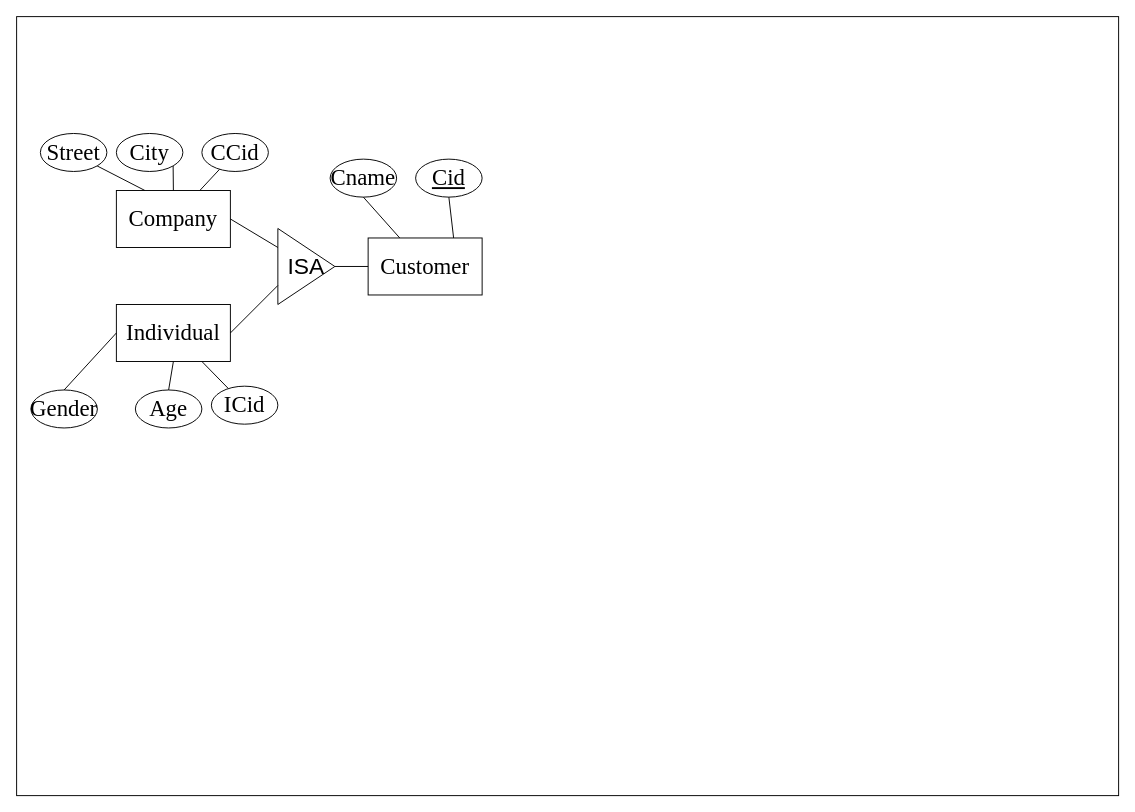
Above: Assignment_1/Drawio/assignment_1 copy.drawio in ZiangChen9/SDSC5003 (draw.io), before the change. Source tidied: cells renumbered, new cells numbered last; positions are measured from the earlier drawing's top-left corner, leaving out a move shared by most shapes. Both pictures are drawn from the tidied source at 95%, with x=0, y=0 at pixel (16, 16).
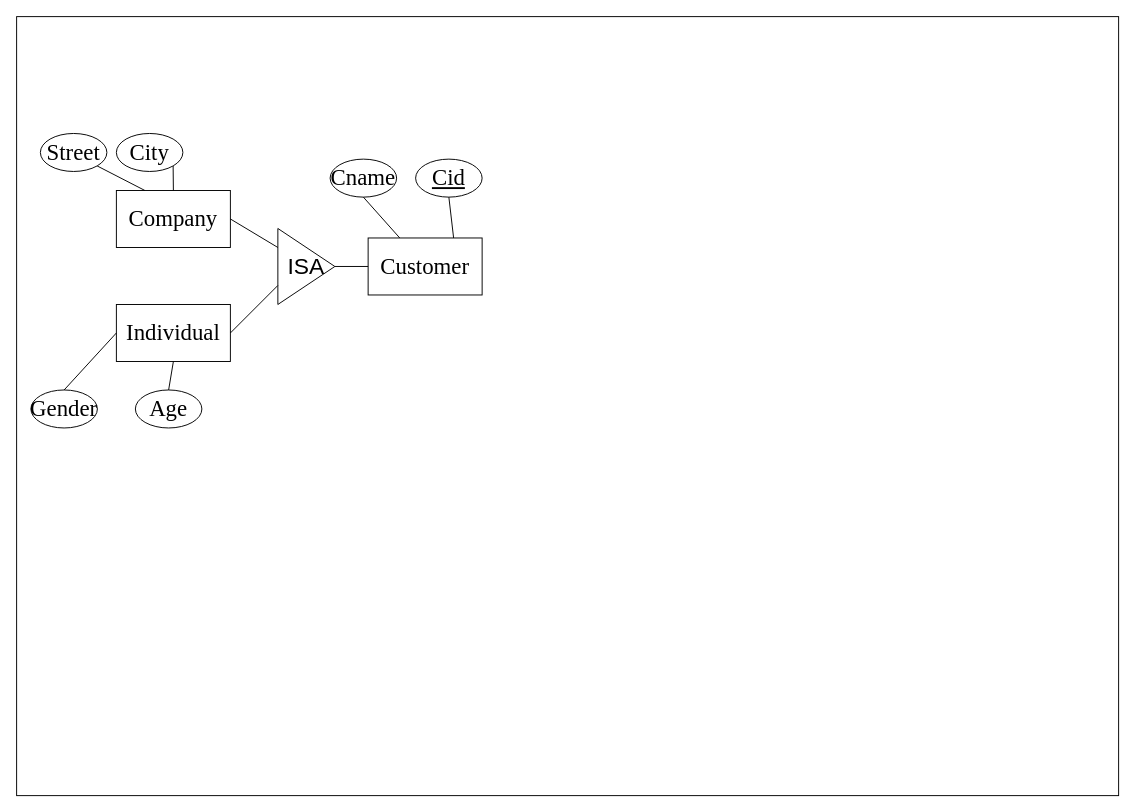
The same diagram, later.

The change refers to these unchanged cells:
```xml
<mxCell id="4" value="&lt;font style=&quot;font-size: 24px;&quot;&gt;Individual&lt;/font&gt;" style="rounded=0;whiteSpace=wrap;html=1;fontFamily=Times New Roman;" parent="1" vertex="1">
  <mxGeometry x="105" y="303" width="120" height="60" as="geometry" />
</mxCell>
<mxCell id="5" value="&lt;span style=&quot;font-size: 24px;&quot;&gt;Company&lt;/span&gt;" style="rounded=0;whiteSpace=wrap;html=1;fontFamily=Times New Roman;" parent="1" vertex="1">
  <mxGeometry x="105" y="183" width="120" height="60" as="geometry" />
</mxCell>
```

What changed in the source:
```diff
@@
-    <mxCell id="22" style="edgeStyle=none;html=1;endArrow=none;endFill=0;" parent="1" edge="1" source="23" target="5">
-      <mxGeometry relative="1" as="geometry" />
-    </mxCell>
-    <mxCell id="23" value="CCid" style="ellipse;whiteSpace=wrap;html=1;fontFamily=Times New Roman;fontSize=24;" parent="1" vertex="1">
-      <mxGeometry x="195" y="123" width="70" height="40" as="geometry" />
-    </mxCell>
-    <mxCell id="24" style="edgeStyle=none;html=1;endArrow=none;endFill=0;entryX=0.75;entryY=1;entryDx=0;entryDy=0;" parent="1" edge="1" source="25" target="4">
-      <mxGeometry relative="1" as="geometry" />
-    </mxCell>
-    <mxCell id="25" value="ICid" style="ellipse;whiteSpace=wrap;html=1;fontFamily=Times New Roman;fontSize=24;" parent="1" vertex="1">
-      <mxGeometry x="205" y="389" width="70" height="40" as="geometry" />
-    </mxCell>
```
